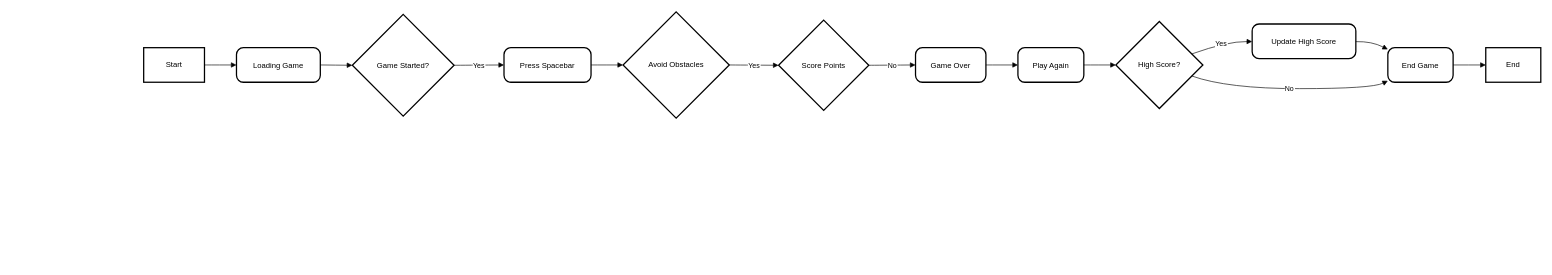
The draw.io diagram fBird_breakdown.drawio in rafalaidlaw/fbird-react, before the edit. Source tidied: cells renumbered, new cells numbered last; positions are measured from the earlier drawing's top-left corner, leaving out a move shared by most shapes. Both pictures are drawn from the tidied source at 64%, with x=0, y=0 at pixel (143, 12).
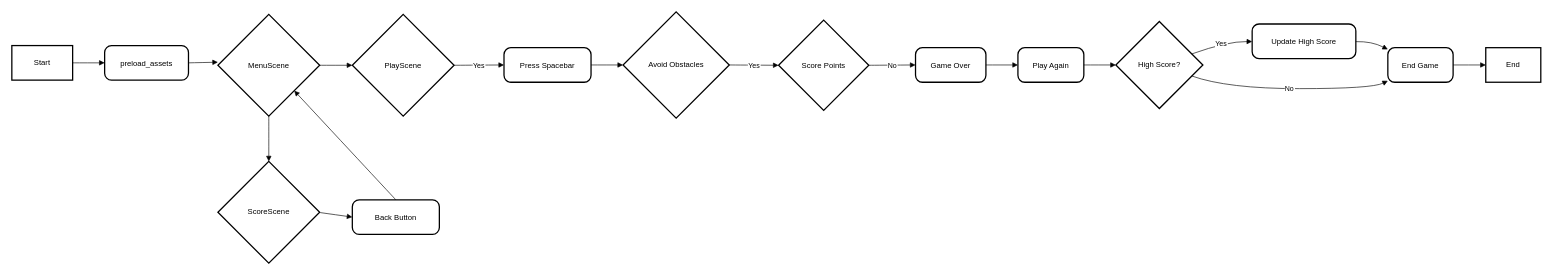
After the change.

Diff of the diagram source:
```diff
@@
     <mxCell id="2" value="Start" style="whiteSpace=wrap;strokeWidth=2;" parent="1" vertex="1">
-      <mxGeometry y="56" width="95" height="54" as="geometry" />
+      <mxGeometry x="-206" y="52.7" width="95" height="54" as="geometry" />
     </mxCell>
-    <mxCell id="3" value="Loading Game" style="rounded=1;arcSize=20;strokeWidth=2;" parent="1" vertex="1">
-      <mxGeometry x="145" y="56" width="131" height="54" as="geometry" />
+    <mxCell id="3" value="preload_assets" style="rounded=1;arcSize=20;strokeWidth=2;" parent="1" vertex="1">
+      <mxGeometry x="-61" y="52.7" width="131" height="54" as="geometry" />
     </mxCell>
-    <mxCell id="4" value="Game Started?" style="rhombus;strokeWidth=2;whiteSpace=wrap;" parent="1" vertex="1">
+    <mxCell id="4" value="PlayScene" style="rhombus;strokeWidth=2;whiteSpace=wrap;" parent="1" vertex="1">
       <mxGeometry x="326" y="4" width="159" height="159" as="geometry" />
     </mxCell>
@@
-    <mxCell id="15" style="curved=1;startArrow=none;endArrow=block;exitX=1;exitY=0.5;entryX=0;entryY=0.5;" parent="1" edge="1" source="3" target="4">
+    <mxCell id="15" style="curved=1;startArrow=none;endArrow=block;exitX=0.5;exitY=1;entryX=0.5;entryY=0;entryDx=0;entryDy=0;exitDx=0;exitDy=0;" parent="1" edge="1" source="26" target="29">
       <mxGeometry relative="1" as="geometry" />
     </mxCell>
@@
+    <mxCell id="26" value="MenuScene" style="rhombus;strokeWidth=2;whiteSpace=wrap;" parent="1" vertex="1">
+      <mxGeometry x="116" y="4" width="159" height="159" as="geometry" />
+    </mxCell>
+    <mxCell id="27" style="curved=1;startArrow=none;endArrow=block;exitX=1;exitY=0.5;entryX=0;entryY=0.5;entryDx=0;entryDy=0;exitDx=0;exitDy=0;" parent="1" edge="1" source="26" target="4">
+      <mxGeometry relative="1" as="geometry" />
+    </mxCell>
+    <mxCell id="28" style="curved=1;startArrow=none;endArrow=block;exitX=1;exitY=0.5;exitDx=0;exitDy=0;" parent="1" edge="1" source="3">
+      <mxGeometry relative="1" as="geometry">
+        <mxPoint x="116" y="78.7" as="targetPoint" />
+      </mxGeometry>
+    </mxCell>
+    <mxCell id="29" value="ScoreScene" style="rhombus;strokeWidth=2;whiteSpace=wrap;" parent="1" vertex="1">
+      <mxGeometry x="116" y="233.7" width="159" height="159" as="geometry" />
+    </mxCell>
+    <mxCell id="30" value="Back Button" style="rounded=1;arcSize=20;strokeWidth=2;" parent="1" vertex="1">
+      <mxGeometry x="326" y="293.7" width="136" height="54" as="geometry" />
+    </mxCell>
+    <mxCell id="31" style="curved=1;startArrow=none;endArrow=block;entryX=0;entryY=0.5;entryDx=0;entryDy=0;" parent="1" edge="1" target="30">
+      <mxGeometry relative="1" as="geometry">
+        <mxPoint x="276" y="313.7" as="sourcePoint" />
+      </mxGeometry>
+    </mxCell>
+    <mxCell id="32" style="curved=1;startArrow=none;endArrow=block;exitX=0.5;exitY=0;exitDx=0;exitDy=0;entryX=1;entryY=1;entryDx=0;entryDy=0;" parent="1" edge="1" source="30" target="26">
+      <mxGeometry relative="1" as="geometry" />
+    </mxCell>
```
